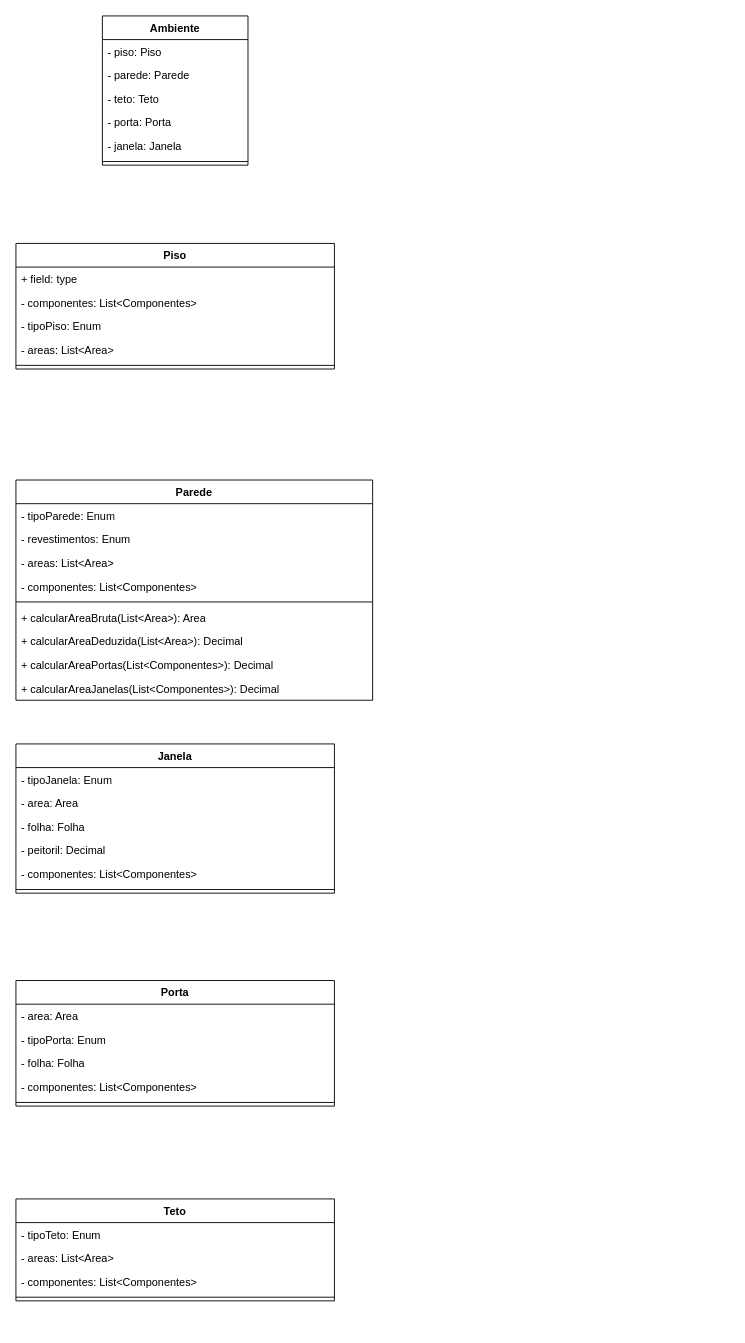
This is Diagrama de classes.drawio from SISTEMAS-IFCE-LN/catalogo-edificacoes, a draw.io file, before an edit. Source tidied: cells renumbered, new cells numbered last; positions are measured from the earlier drawing's top-left corner, leaving out a move shared by most shapes. Both pictures are drawn from the tidied source at 91%, with x=0, y=0 at pixel (15, 15).
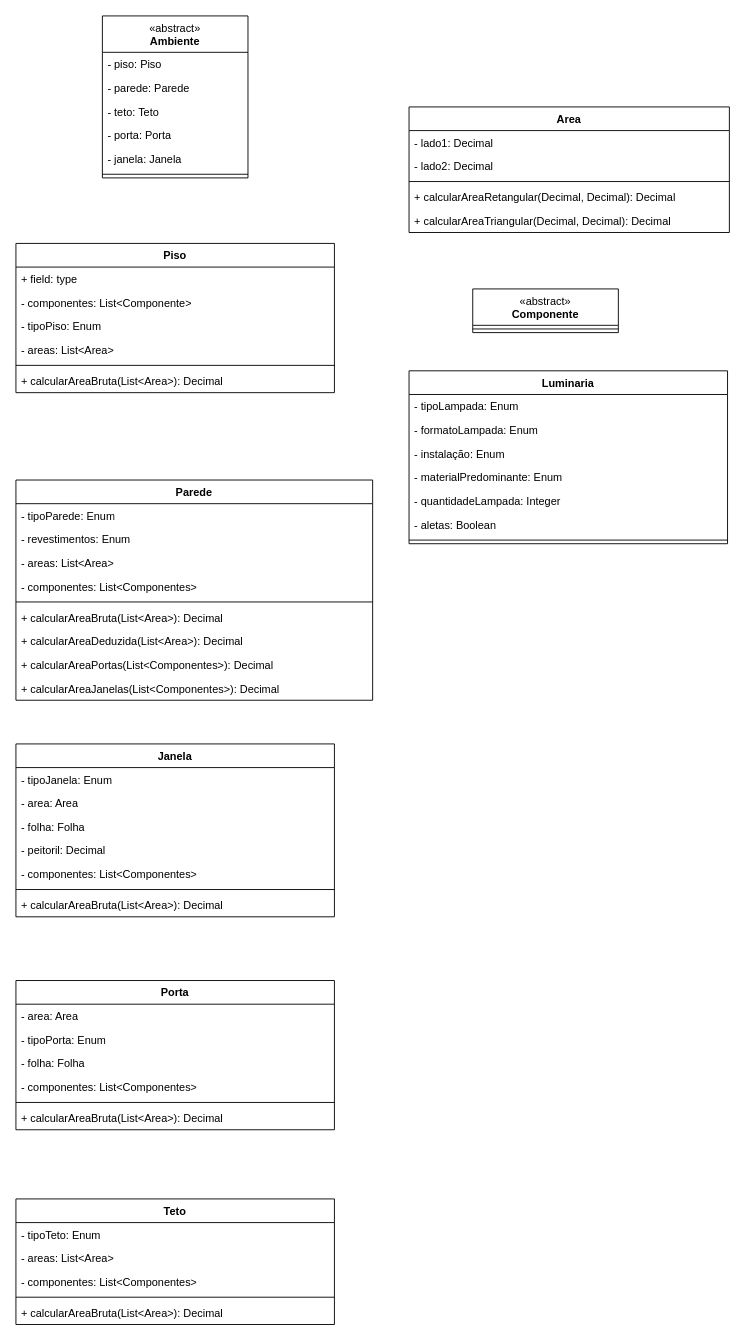
The same diagram, later.

The change refers to these unchanged cells:
```xml
<mxCell id="2" value="Parede" style="swimlane;fontStyle=1;align=center;verticalAlign=top;horizontal=1;startSize=26;whiteSpace=wrap;html=1;" parent="1" vertex="1">
  <mxGeometry y="510" width="392" height="242" as="geometry" />
</mxCell>
```

The edit, as a diff of the source:
```diff
@@
-    <mxCell id="8" value="+ calcularAreaBruta(List&amp;lt;Area&amp;gt;): Area" style="text;strokeColor=none;fillColor=none;align=left;verticalAlign=top;spacingLeft=4;spacingRight=4;overflow=hidden;whiteSpace=wrap;html=1;" parent="2" vertex="1">
+    <mxCell id="8" value="+ calcularAreaBruta(List&amp;lt;Area&amp;gt;): Decimal" style="text;strokeColor=none;fillColor=none;align=left;verticalAlign=top;spacingLeft=4;spacingRight=4;overflow=hidden;whiteSpace=wrap;html=1;" parent="2" vertex="1">
       <mxGeometry y="138" width="392" height="26" as="geometry" />
     </mxCell>
@@
     <mxCell id="12" value="Piso" style="swimlane;fontStyle=1;align=center;verticalAlign=top;horizontal=1;startSize=26;whiteSpace=wrap;html=1;" parent="1" vertex="1">
-      <mxGeometry y="250" width="350" height="138" as="geometry" />
+      <mxGeometry y="250" width="350" height="164" as="geometry" />
     </mxCell>
@@
-    <mxCell id="14" value="- componentes: List&amp;lt;Componentes&amp;gt;" style="text;strokeColor=none;fillColor=none;align=left;verticalAlign=top;spacingLeft=4;spacingRight=4;overflow=hidden;whiteSpace=wrap;html=1;" parent="12" vertex="1">
+    <mxCell id="14" value="- componentes: List&amp;lt;Componente&amp;gt;" style="text;strokeColor=none;fillColor=none;align=left;verticalAlign=top;spacingLeft=4;spacingRight=4;overflow=hidden;whiteSpace=wrap;html=1;" parent="12" vertex="1">
       <mxGeometry y="52" width="350" height="26" as="geometry" />
     </mxCell>
@@
+    <mxCell id="43" value="+ calcularAreaBruta(List&amp;lt;Area&amp;gt;): Decimal" style="text;strokeColor=none;fillColor=none;align=left;verticalAlign=top;spacingLeft=4;spacingRight=4;overflow=hidden;whiteSpace=wrap;html=1;" parent="12" vertex="1">
+      <mxGeometry y="138" width="350" height="26" as="geometry" />
+    </mxCell>
     <mxCell id="18" value="Janela" style="swimlane;fontStyle=1;align=center;verticalAlign=top;horizontal=1;startSize=26;whiteSpace=wrap;html=1;" parent="1" vertex="1">
-      <mxGeometry y="800" width="350" height="164" as="geometry" />
+      <mxGeometry y="800" width="350" height="190" as="geometry" />
     </mxCell>
@@
+    <mxCell id="44" value="+ calcularAreaBruta(List&amp;lt;Area&amp;gt;): Decimal" style="text;strokeColor=none;fillColor=none;align=left;verticalAlign=top;spacingLeft=4;spacingRight=4;overflow=hidden;whiteSpace=wrap;html=1;" parent="18" vertex="1">
+      <mxGeometry y="164" width="350" height="26" as="geometry" />
+    </mxCell>
     <mxCell id="25" value="Porta" style="swimlane;fontStyle=1;align=center;verticalAlign=top;horizontal=1;startSize=26;whiteSpace=wrap;html=1;" parent="1" vertex="1">
-      <mxGeometry y="1060" width="350" height="138" as="geometry" />
+      <mxGeometry y="1060" width="350" height="164" as="geometry" />
     </mxCell>
@@
+    <mxCell id="45" value="+ calcularAreaBruta(List&amp;lt;Area&amp;gt;): Decimal" style="text;strokeColor=none;fillColor=none;align=left;verticalAlign=top;spacingLeft=4;spacingRight=4;overflow=hidden;whiteSpace=wrap;html=1;" parent="25" vertex="1">
+      <mxGeometry y="138" width="350" height="26" as="geometry" />
+    </mxCell>
     <mxCell id="31" value="Teto" style="swimlane;fontStyle=1;align=center;verticalAlign=top;horizontal=1;startSize=26;whiteSpace=wrap;html=1;" parent="1" vertex="1">
-      <mxGeometry y="1300" width="350" height="112" as="geometry" />
+      <mxGeometry y="1300" width="350" height="138" as="geometry" />
     </mxCell>
@@
+    <mxCell id="46" value="+ calcularAreaBruta(List&amp;lt;Area&amp;gt;): Decimal" style="text;strokeColor=none;fillColor=none;align=left;verticalAlign=top;spacingLeft=4;spacingRight=4;overflow=hidden;whiteSpace=wrap;html=1;" parent="31" vertex="1">
+      <mxGeometry y="112" width="350" height="26" as="geometry" />
+    </mxCell>
-    <mxCell id="36" value="Ambiente" style="swimlane;fontStyle=1;align=center;verticalAlign=top;horizontal=1;startSize=26;whiteSpace=wrap;html=1;" parent="1" vertex="1">
-      <mxGeometry x="95" width="160" height="164" as="geometry" />
+    <mxCell id="36" value="&lt;span style=&quot;font-weight: normal;&quot;&gt;«abstract»&lt;/span&gt;&lt;div&gt;Ambiente&lt;/div&gt;" style="swimlane;fontStyle=1;align=center;verticalAlign=top;horizontal=1;startSize=40;whiteSpace=wrap;html=1;" parent="1" vertex="1">
+      <mxGeometry x="95" width="160" height="178" as="geometry" />
     </mxCell>
     <mxCell id="37" value="- piso: Piso" style="text;strokeColor=none;fillColor=none;align=left;verticalAlign=top;spacingLeft=4;spacingRight=4;overflow=hidden;whiteSpace=wrap;html=1;" parent="36" vertex="1">
-      <mxGeometry y="26" width="160" height="26" as="geometry" />
+      <mxGeometry y="40" width="160" height="26" as="geometry" />
     </mxCell>
     <mxCell id="38" value="- parede: Parede" style="text;strokeColor=none;fillColor=none;align=left;verticalAlign=top;spacingLeft=4;spacingRight=4;overflow=hidden;whiteSpace=wrap;html=1;" parent="36" vertex="1">
-      <mxGeometry y="52" width="160" height="26" as="geometry" />
+      <mxGeometry y="66" width="160" height="26" as="geometry" />
     </mxCell>
     <mxCell id="39" value="- teto: Teto&lt;span style=&quot;white-space: pre;&quot;&gt;&#9;&lt;/span&gt;" style="text;strokeColor=none;fillColor=none;align=left;verticalAlign=top;spacingLeft=4;spacingRight=4;overflow=hidden;whiteSpace=wrap;html=1;" parent="36" vertex="1">
-      <mxGeometry y="78" width="160" height="26" as="geometry" />
+      <mxGeometry y="92" width="160" height="26" as="geometry" />
     </mxCell>
     <mxCell id="40" value="- porta: Porta&lt;span style=&quot;white-space: pre;&quot;&gt;&#9;&lt;/span&gt;" style="text;strokeColor=none;fillColor=none;align=left;verticalAlign=top;spacingLeft=4;spacingRight=4;overflow=hidden;whiteSpace=wrap;html=1;" parent="36" vertex="1">
-      <mxGeometry y="104" width="160" height="26" as="geometry" />
+      <mxGeometry y="118" width="160" height="26" as="geometry" />
     </mxCell>
     <mxCell id="41" value="- janela: Janela&lt;span style=&quot;white-space: pre;&quot;&gt;&#9;&lt;/span&gt;" style="text;strokeColor=none;fillColor=none;align=left;verticalAlign=top;spacingLeft=4;spacingRight=4;overflow=hidden;whiteSpace=wrap;html=1;" parent="36" vertex="1">
-      <mxGeometry y="130" width="160" height="26" as="geometry" />
+      <mxGeometry y="144" width="160" height="26" as="geometry" />
     </mxCell>
     <mxCell id="42" style="line;strokeWidth=1;fillColor=none;align=left;verticalAlign=middle;spacingTop=-1;spacingLeft=3;spacingRight=3;labelPosition=right;strokeColor=inherit;" parent="36" vertex="1">
-      <mxGeometry y="156" width="160" height="8" as="geometry" />
+      <mxGeometry y="170" width="160" height="8" as="geometry" />
     </mxCell>
+    <mxCell id="47" value="Area" style="swimlane;fontStyle=1;align=center;verticalAlign=top;horizontal=1;startSize=26;whiteSpace=wrap;html=1;" parent="1" vertex="1">
+      <mxGeometry x="432" y="100" width="352" height="138" as="geometry" />
+    </mxCell>
+    <mxCell id="48" value="- lado1: Decimal" style="text;strokeColor=none;fillColor=none;align=left;verticalAlign=top;spacingLeft=4;spacingRight=4;overflow=hidden;whiteSpace=wrap;html=1;" parent="47" vertex="1">
+      <mxGeometry y="26" width="352" height="26" as="geometry" />
+    </mxCell>
+    <mxCell id="49" value="- lado2: Decimal" style="text;strokeColor=none;fillColor=none;align=left;verticalAlign=top;spacingLeft=4;spacingRight=4;overflow=hidden;whiteSpace=wrap;html=1;" parent="47" vertex="1">
+      <mxGeometry y="52" width="352" height="26" as="geometry" />
+    </mxCell>
+    <mxCell id="50" style="line;strokeWidth=1;fillColor=none;align=left;verticalAlign=middle;spacingTop=-1;spacingLeft=3;spacingRight=3;labelPosition=right;strokeColor=inherit;" parent="47" vertex="1">
+      <mxGeometry y="78" width="352" height="8" as="geometry" />
+    </mxCell>
+    <mxCell id="51" value="+ calcularAreaRetangular(Decimal, Decimal): Decimal" style="text;strokeColor=none;fillColor=none;align=left;verticalAlign=top;spacingLeft=4;spacingRight=4;overflow=hidden;whiteSpace=wrap;html=1;" parent="47" vertex="1">
+      <mxGeometry y="86" width="352" height="26" as="geometry" />
+    </mxCell>
+    <mxCell id="52" value="+ calcularAreaTriangular(Decimal, Decimal): Decimal" style="text;strokeColor=none;fillColor=none;align=left;verticalAlign=top;spacingLeft=4;spacingRight=4;overflow=hidden;whiteSpace=wrap;html=1;" parent="47" vertex="1">
+      <mxGeometry y="112" width="352" height="26" as="geometry" />
+    </mxCell>
+    <mxCell id="53" value="&lt;span style=&quot;font-weight: normal;&quot;&gt;«abstract»&lt;/span&gt;&lt;div&gt;Componente&lt;/div&gt;" style="swimlane;fontStyle=1;align=center;verticalAlign=top;horizontal=1;startSize=40;whiteSpace=wrap;html=1;" parent="1" vertex="1">
+      <mxGeometry x="502" y="300" width="160" height="48" as="geometry" />
+    </mxCell>
+    <mxCell id="54" style="line;strokeWidth=1;fillColor=none;align=left;verticalAlign=middle;spacingTop=-1;spacingLeft=3;spacingRight=3;labelPosition=right;strokeColor=inherit;" parent="53" vertex="1">
+      <mxGeometry y="40" width="160" height="8" as="geometry" />
+    </mxCell>
+    <mxCell id="55" value="Luminaria" style="swimlane;fontStyle=1;align=center;verticalAlign=top;horizontal=1;startSize=26;whiteSpace=wrap;html=1;" parent="1" vertex="1">
+      <mxGeometry x="432" y="390" width="350" height="190" as="geometry" />
+    </mxCell>
+    <mxCell id="56" value="- tipoLampada: Enum" style="text;strokeColor=none;fillColor=none;align=left;verticalAlign=top;spacingLeft=4;spacingRight=4;overflow=hidden;whiteSpace=wrap;html=1;" parent="55" vertex="1">
+      <mxGeometry y="26" width="350" height="26" as="geometry" />
+    </mxCell>
+    <mxCell id="57" value="- formatoLampada: Enum" style="text;strokeColor=none;fillColor=none;align=left;verticalAlign=top;spacingLeft=4;spacingRight=4;overflow=hidden;whiteSpace=wrap;html=1;" parent="55" vertex="1">
+      <mxGeometry y="52" width="350" height="26" as="geometry" />
+    </mxCell>
+    <mxCell id="58" value="- instalação: Enum" style="text;strokeColor=none;fillColor=none;align=left;verticalAlign=top;spacingLeft=4;spacingRight=4;overflow=hidden;whiteSpace=wrap;html=1;" parent="55" vertex="1">
+      <mxGeometry y="78" width="350" height="26" as="geometry" />
+    </mxCell>
+    <mxCell id="59" value="- materialPredominante: Enum" style="text;strokeColor=none;fillColor=none;align=left;verticalAlign=top;spacingLeft=4;spacingRight=4;overflow=hidden;whiteSpace=wrap;html=1;" parent="55" vertex="1">
+      <mxGeometry y="104" width="350" height="26" as="geometry" />
+    </mxCell>
+    <mxCell id="60" value="- quantidadeLampada: Integer" style="text;strokeColor=none;fillColor=none;align=left;verticalAlign=top;spacingLeft=4;spacingRight=4;overflow=hidden;whiteSpace=wrap;html=1;" parent="55" vertex="1">
+      <mxGeometry y="130" width="350" height="26" as="geometry" />
+    </mxCell>
+    <mxCell id="61" value="- aletas: Boolean" style="text;strokeColor=none;fillColor=none;align=left;verticalAlign=top;spacingLeft=4;spacingRight=4;overflow=hidden;whiteSpace=wrap;html=1;" parent="55" vertex="1">
+      <mxGeometry y="156" width="350" height="26" as="geometry" />
+    </mxCell>
+    <mxCell id="62" style="line;strokeWidth=1;fillColor=none;align=left;verticalAlign=middle;spacingTop=-1;spacingLeft=3;spacingRight=3;labelPosition=right;strokeColor=inherit;" parent="55" vertex="1">
+      <mxGeometry y="182" width="350" height="8" as="geometry" />
+    </mxCell>
```
